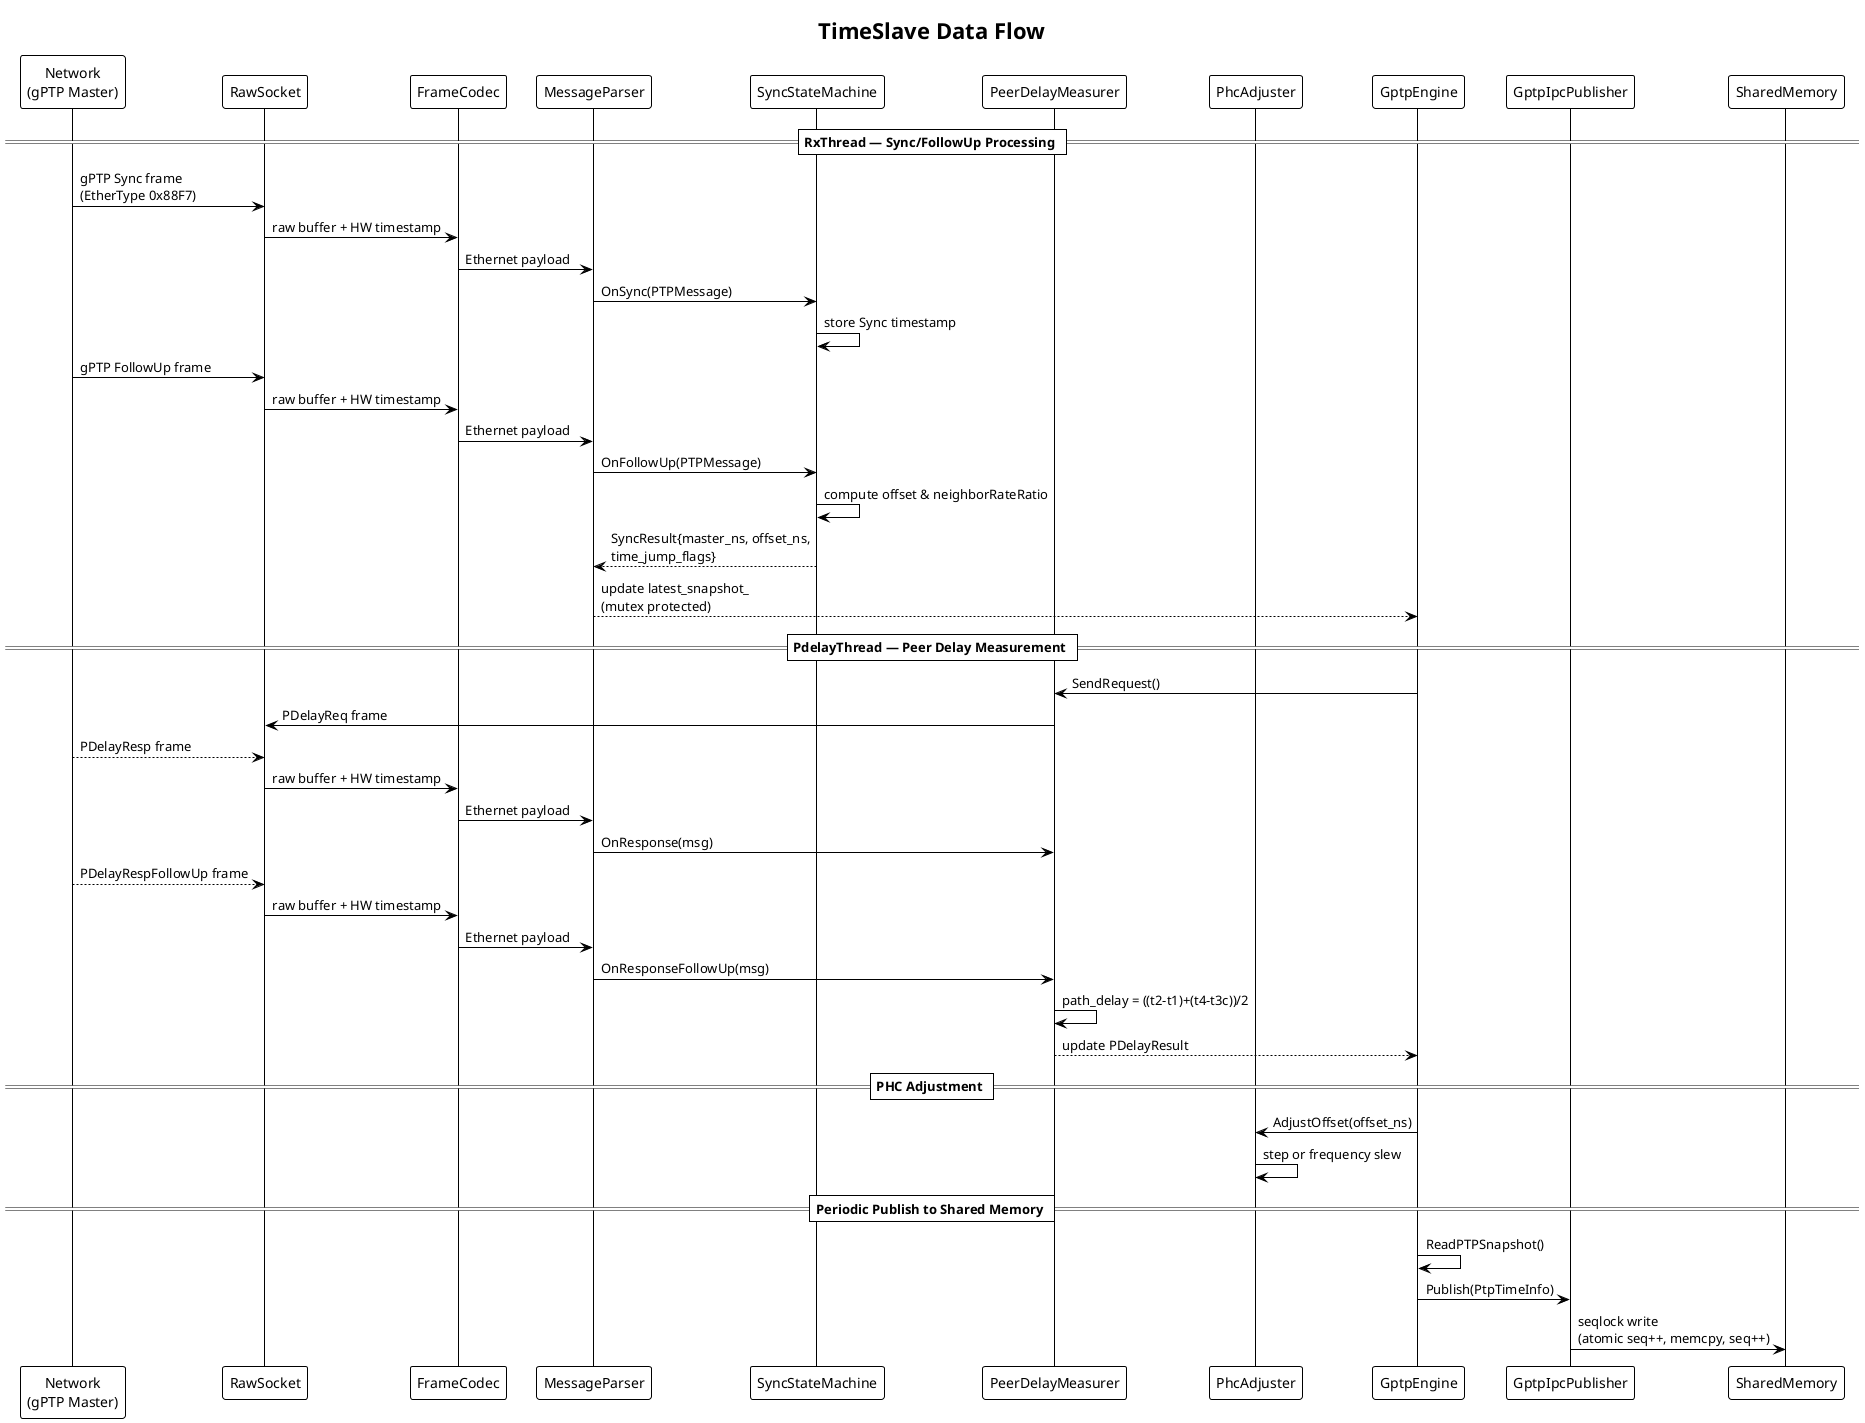
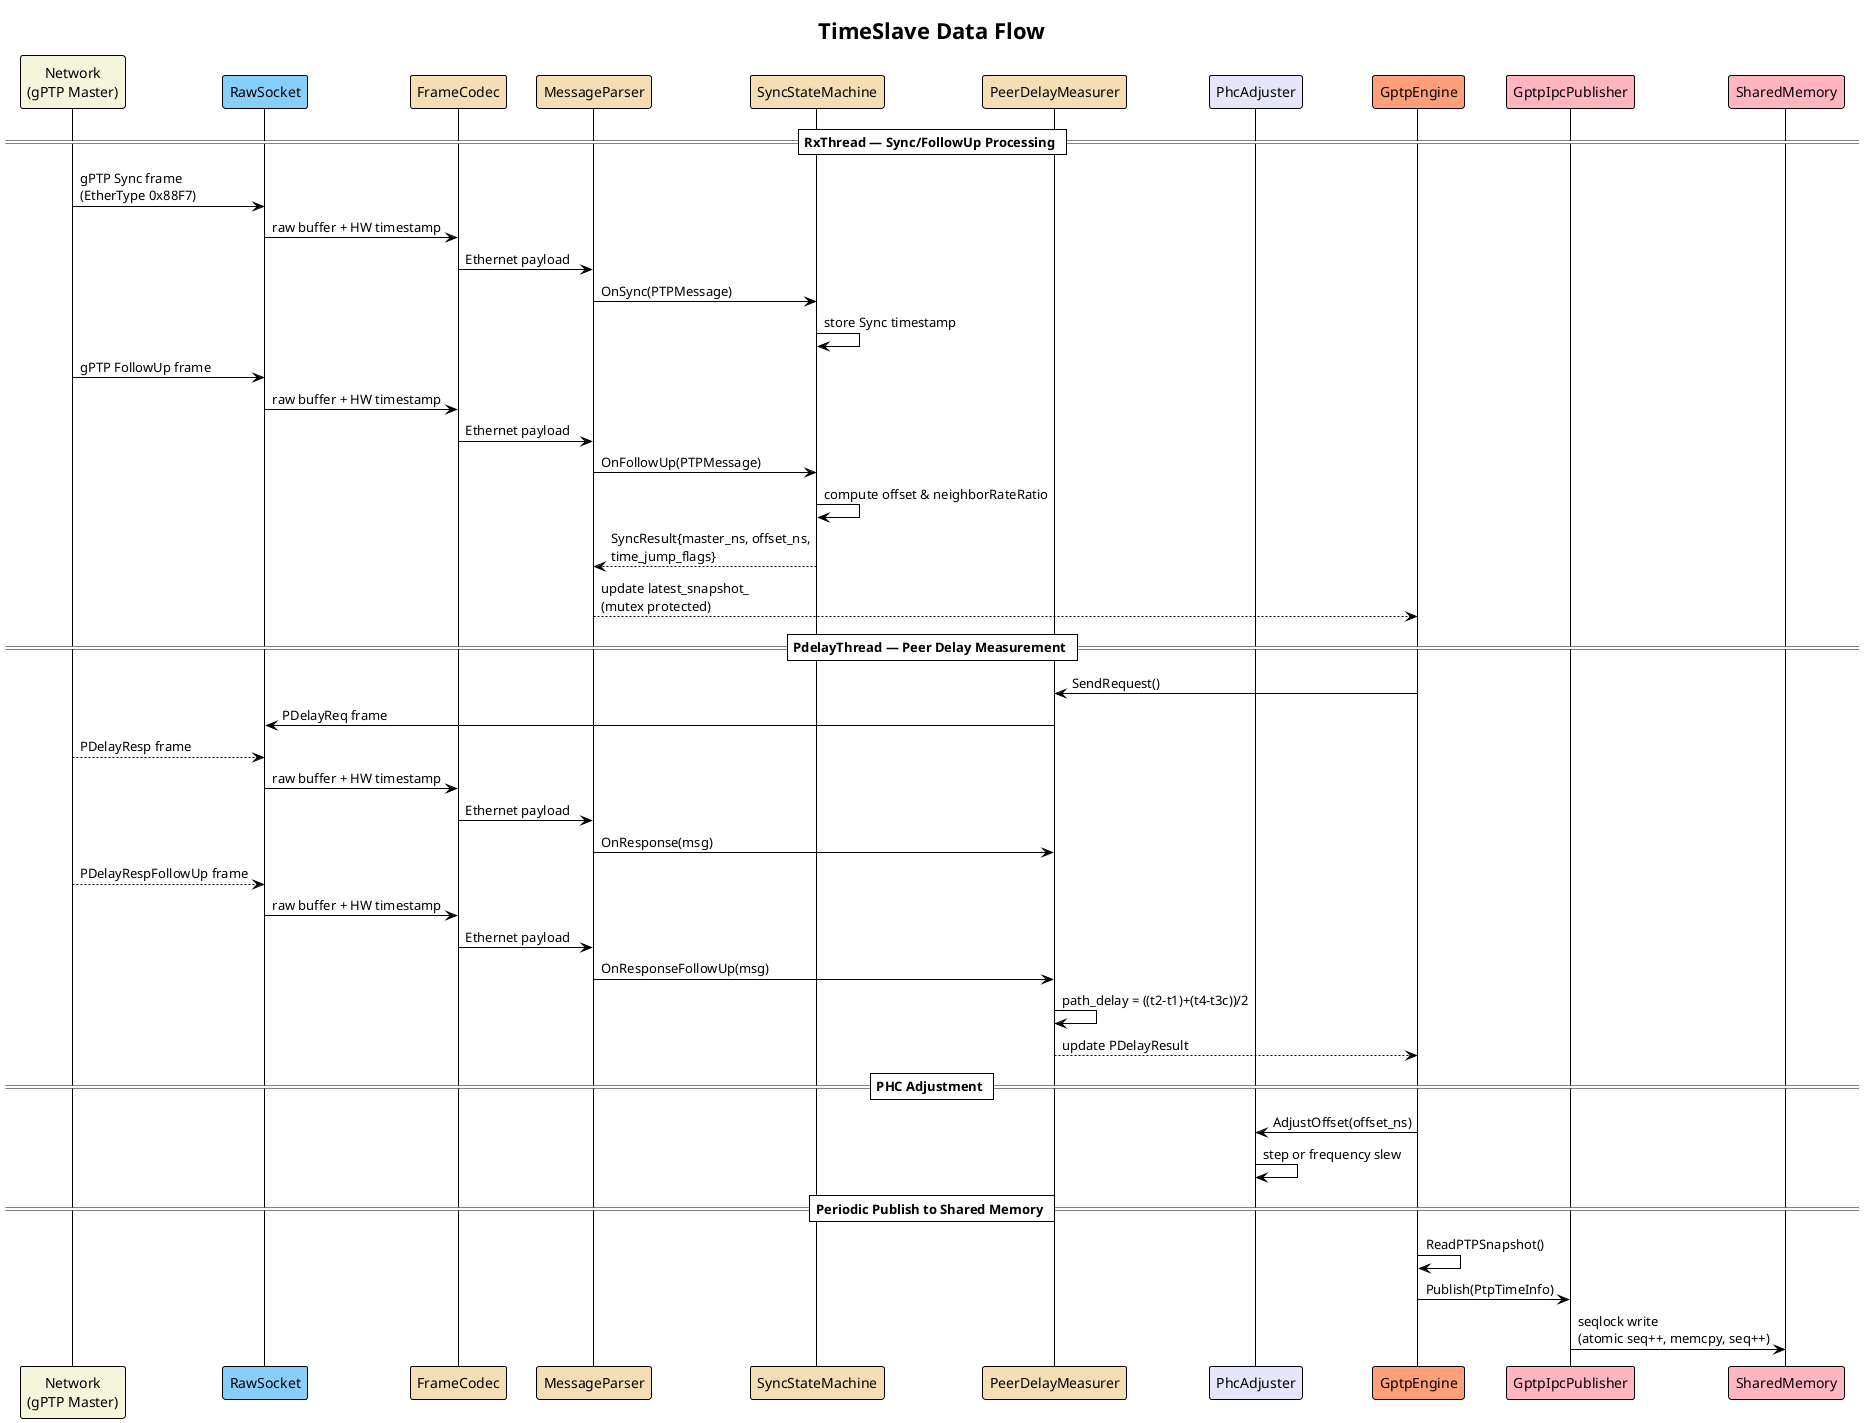
@startuml
!theme plain

title TimeSlave Data Flow

- participant "Network\n(gPTP Master)" as NET
- participant "RawSocket" as SOCK
- participant "FrameCodec" as FC
- participant "MessageParser" as MP
- participant "SyncStateMachine" as SSM
- participant "PeerDelayMeasurer" as PDM
- participant "PhcAdjuster" as PHC
- participant "GptpEngine" as GE
- participant "GptpIpcPublisher" as PUB
- participant "SharedMemory" as SHM
+ participant "Network\n(gPTP Master)" as NET #Beige
+ participant "RawSocket" as SOCK #LightSkyBlue
+ participant "FrameCodec" as FC #Wheat
+ participant "MessageParser" as MP #Wheat
+ participant "SyncStateMachine" as SSM #Wheat
+ participant "PeerDelayMeasurer" as PDM #Wheat
+ participant "PhcAdjuster" as PHC #Lavender
+ participant "GptpEngine" as GE #LightSalmon
+ participant "GptpIpcPublisher" as PUB #LightPink
+ participant "SharedMemory" as SHM #LightPink

== RxThread — Sync/FollowUp Processing ==

NET -> SOCK : gPTP Sync frame\n(EtherType 0x88F7)
SOCK -> FC : raw buffer + HW timestamp
FC -> MP : Ethernet payload
MP -> SSM : OnSync(PTPMessage)
SSM -> SSM : store Sync timestamp

NET -> SOCK : gPTP FollowUp frame
SOCK -> FC : raw buffer + HW timestamp
FC -> MP : Ethernet payload
MP -> SSM : OnFollowUp(PTPMessage)
SSM -> SSM : compute offset & neighborRateRatio
SSM --> MP : SyncResult{master_ns, offset_ns,\ntime_jump_flags}

MP --> GE : update latest_snapshot_\n(mutex protected)

== PdelayThread — Peer Delay Measurement ==

GE -> PDM : SendRequest()
PDM -> SOCK : PDelayReq frame
NET --> SOCK : PDelayResp frame
SOCK -> FC : raw buffer + HW timestamp
FC -> MP : Ethernet payload
MP -> PDM : OnResponse(msg)
NET --> SOCK : PDelayRespFollowUp frame
SOCK -> FC : raw buffer + HW timestamp
FC -> MP : Ethernet payload
MP -> PDM : OnResponseFollowUp(msg)
PDM -> PDM : path_delay = ((t2-t1)+(t4-t3c))/2

PDM --> GE : update PDelayResult

== PHC Adjustment ==

GE -> PHC : AdjustOffset(offset_ns)
PHC -> PHC : step or frequency slew

== Periodic Publish to Shared Memory ==

GE -> GE : ReadPTPSnapshot()
GE -> PUB : Publish(PtpTimeInfo)
PUB -> SHM : seqlock write\n(atomic seq++, memcpy, seq++)

@enduml
